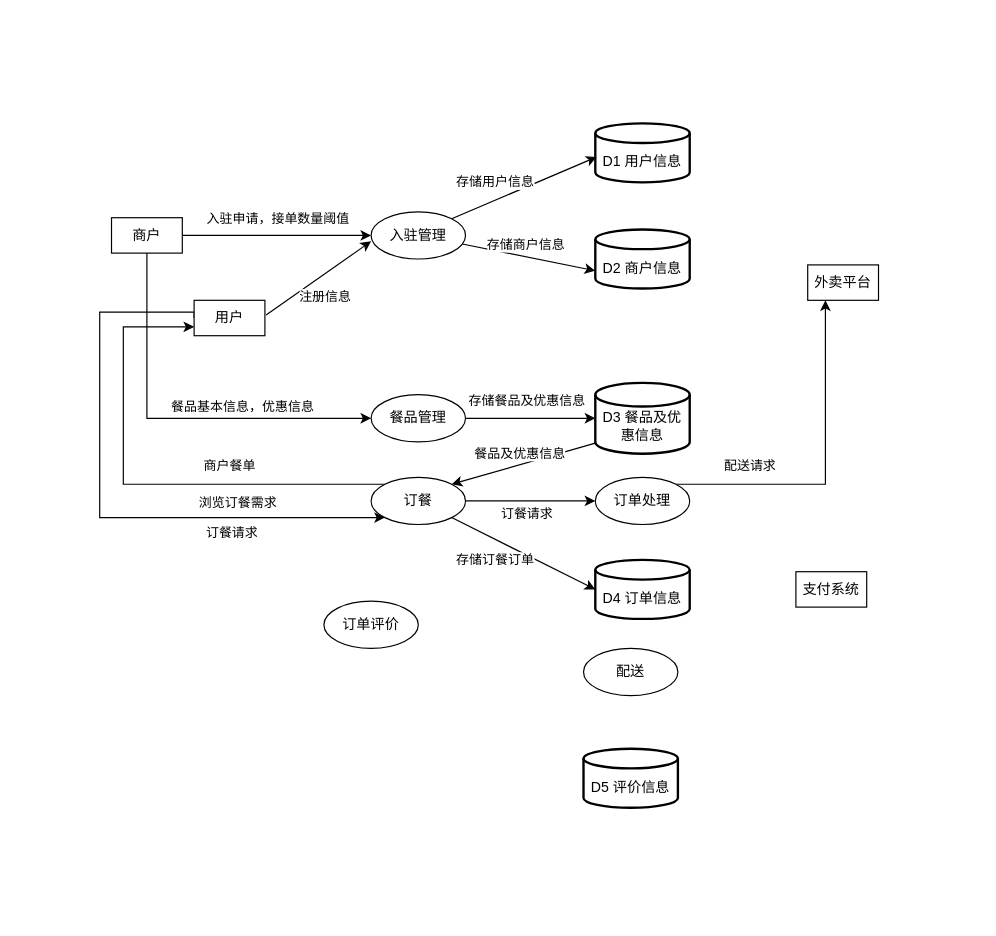
The draw.io diagram 3,4 章 53题 第4小题.drawio in Jackrainman/draw.io, before the edit. Source tidied: cells renumbered, new cells numbered last; positions are measured from the earlier drawing's top-left corner, leaving out a move shared by most shapes. Both pictures are drawn from the tidied source at 118%, with x=0, y=0 at pixel (99, 123).
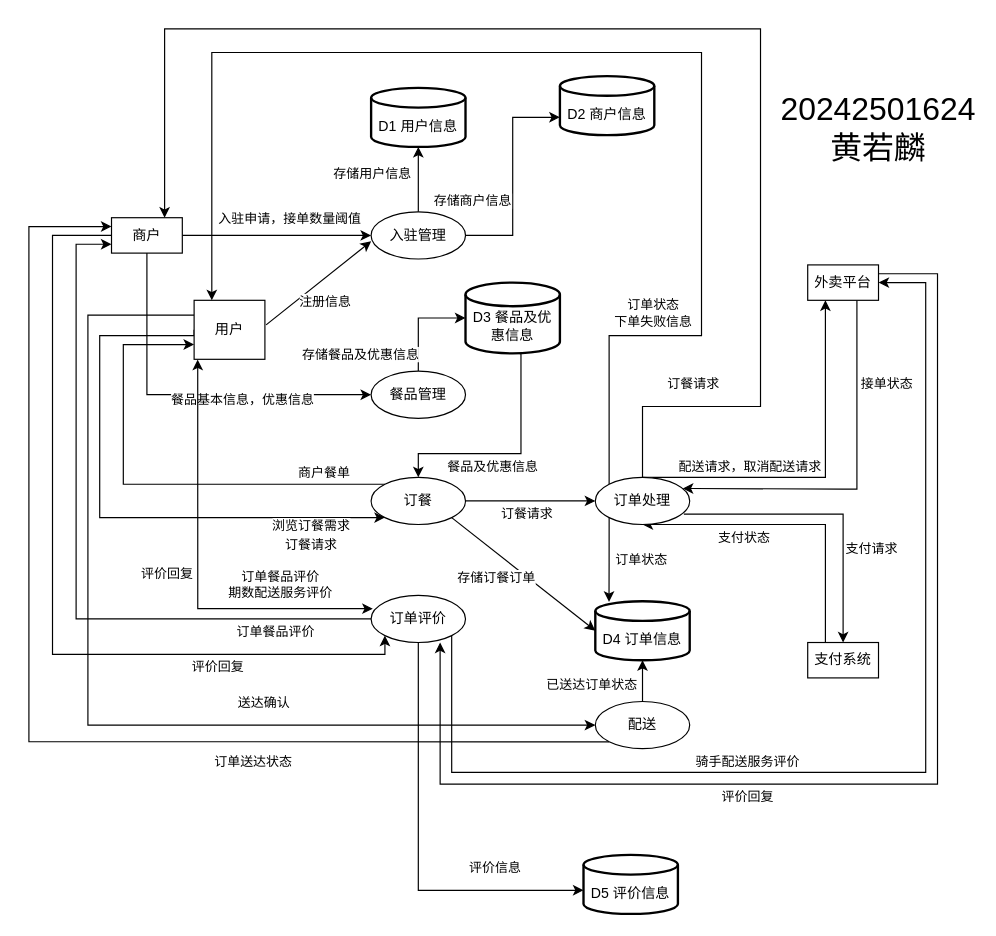
The same page after the edit.

Commit message (it also covers changes not shown here):
更新3,4 章 53题 第4小题.drawio

Unchanged cells that the change refers to:
```xml
<mxCell id="2" style="rounded=0;jettySize=auto;html=1;" parent="1" edge="1" source="6" target="15">
  <mxGeometry relative="1" as="geometry" />
</mxCell>
<mxCell id="6" value="商户" style="rounded=0;whiteSpace=wrap;html=1;" parent="1" vertex="1">
  <mxGeometry x="10" y="80" width="60" height="30" as="geometry" />
</mxCell>
<mxCell id="11" value="外卖平台" style="rounded=0;whiteSpace=wrap;html=1;" parent="1" vertex="1">
  <mxGeometry x="600" y="120" width="60" height="30" as="geometry" />
</mxCell>
<mxCell id="15" value="入驻管理" style="ellipse;whiteSpace=wrap;html=1;" parent="1" vertex="1">
  <mxGeometry x="230" y="75" width="80" height="40" as="geometry" />
</mxCell>
<mxCell id="21" value="订餐" style="ellipse;whiteSpace=wrap;html=1;" parent="1" vertex="1">
  <mxGeometry x="230" y="300" width="80" height="40" as="geometry" />
</mxCell>
<mxCell id="25" value="订单处理" style="ellipse;whiteSpace=wrap;html=1;" parent="1" vertex="1">
  <mxGeometry x="420" y="300" width="80" height="40" as="geometry" />
</mxCell>
```

Change to the diagram source:
```diff
@@
     <mxCell id="3" value="入驻申请，接单数量阈值" style="edgeLabel;html=1;align=center;verticalAlign=middle;" parent="2" vertex="1">
       <mxGeometry x="-0.04" y="-1" relative="1" as="geometry">
-        <mxPoint x="3" y="-16" as="offset" />
+        <mxPoint x="13" y="-16" as="offset" />
       </mxGeometry>
     </mxCell>
@@
+    <mxCell id="42" style="edgeStyle=orthogonalEdgeStyle;rounded=0;jettySize=auto;html=1;exitX=0;exitY=0.5;exitDx=0;exitDy=0;entryX=0;entryY=1;entryDx=0;entryDy=0;" parent="1" edge="1" source="6" target="22">
+      <mxGeometry relative="1" as="geometry">
+        <Array as="points">
+          <mxPoint x="-40" y="95" />
+          <mxPoint x="-40" y="450" />
+          <mxPoint x="242" y="450" />
+        </Array>
+      </mxGeometry>
+    </mxCell>
+    <mxCell id="43" value="评价回复" style="edgeLabel;html=1;align=center;verticalAlign=middle;" parent="42" vertex="1">
+      <mxGeometry x="0.55" relative="1" as="geometry">
+        <mxPoint y="10" as="offset" />
+      </mxGeometry>
+    </mxCell>
@@
     <mxCell id="7" style="edgeStyle=orthogonalEdgeStyle;rounded=0;jettySize=auto;html=1;exitX=0;exitY=0.5;exitDx=0;exitDy=0;entryX=0;entryY=1;entryDx=0;entryDy=0;" parent="1" edge="1" source="10" target="21">
       <mxGeometry relative="1" as="geometry">
         <Array as="points">
-          <mxPoint x="80" y="160" />
-          <mxPoint y="160" />
+          <mxPoint x="80" y="180" />
+          <mxPoint y="180" />
           <mxPoint y="334" />
         </Array>
       </mxGeometry>
     </mxCell>
     <mxCell id="8" value="浏览订餐需求" style="edgeLabel;html=1;align=center;verticalAlign=middle;" parent="7" vertex="1">
       <mxGeometry x="0.67" y="1" relative="1" as="geometry">
-        <mxPoint x="-42" y="-12" as="offset" />
+        <mxPoint x="17" y="7" as="offset" />
       </mxGeometry>
     </mxCell>
     <mxCell id="9" value="订餐请求" style="edgeLabel;html=1;align=center;verticalAlign=middle;" parent="7" vertex="1">
       <mxGeometry x="0.48" y="1" relative="1" as="geometry">
-        <mxPoint y="13" as="offset" />
+        <mxPoint x="62" y="23" as="offset" />
       </mxGeometry>
     </mxCell>
+    <mxCell id="44" style="edgeStyle=orthogonalEdgeStyle;rounded=0;jettySize=auto;html=1;exitX=0;exitY=0.25;exitDx=0;exitDy=0;entryX=0;entryY=0.5;entryDx=0;entryDy=0;" parent="1" edge="1" source="10" target="26">
+      <mxGeometry relative="1" as="geometry">
+        <Array as="points">
+          <mxPoint x="-10" y="163" />
+          <mxPoint x="-10" y="510" />
+        </Array>
+      </mxGeometry>
+    </mxCell>
+    <mxCell id="45" value="送达确认" style="edgeLabel;html=1;align=center;verticalAlign=middle;" parent="44" vertex="1">
+      <mxGeometry x="0.35" y="-2" relative="1" as="geometry">
+        <mxPoint y="-22" as="offset" />
+      </mxGeometry>
+    </mxCell>
+    <mxCell id="46" style="edgeStyle=orthogonalEdgeStyle;rounded=0;jettySize=auto;html=1;entryX=0.018;entryY=0.283;entryDx=0;entryDy=0;entryPerimeter=0;exitX=0.051;exitY=1.005;exitDx=0;exitDy=0;startArrow=classic;startFill=1;exitPerimeter=0;" parent="1" edge="1" source="10" target="22">
+      <mxGeometry relative="1" as="geometry">
+        <Array as="points">
+          <mxPoint x="83" y="411" />
+        </Array>
+      </mxGeometry>
+    </mxCell>
+    <mxCell id="47" value="订单餐品评价&lt;div&gt;期数配送服务评价&lt;/div&gt;" style="edgeLabel;html=1;align=center;verticalAlign=middle;" parent="46" vertex="1">
+      <mxGeometry x="0.56" y="3" relative="1" as="geometry">
+        <mxPoint y="-18" as="offset" />
+      </mxGeometry>
+    </mxCell>
+    <mxCell id="48" value="评价回复" style="edgeLabel;html=1;align=center;verticalAlign=middle;" parent="46" vertex="1">
+      <mxGeometry x="-0.04" y="-2" relative="1" as="geometry">
+        <mxPoint x="-25" y="8" as="offset" />
+      </mxGeometry>
+    </mxCell>
     <mxCell id="10" value="用户" style="rounded=0;whiteSpace=wrap;html=1;" parent="1" vertex="1">
-      <mxGeometry x="80" y="150" width="60" height="30" as="geometry" />
+      <mxGeometry x="80" y="150" width="60" height="50" as="geometry" />
     </mxCell>
+    <mxCell id="49" style="edgeStyle=orthogonalEdgeStyle;rounded=0;jettySize=auto;html=1;exitX=0.5;exitY=1;exitDx=0;exitDy=0;entryX=0.926;entryY=0.236;entryDx=0;entryDy=0;entryPerimeter=0;" parent="1" edge="1" target="25">
+      <mxGeometry relative="1" as="geometry">
+        <mxPoint x="641.7" y="150" as="sourcePoint" />
+        <Array as="points">
+          <mxPoint x="642" y="310" />
+          <mxPoint x="630" y="310" />
+        </Array>
+      </mxGeometry>
+    </mxCell>
+    <mxCell id="50" value="接单状态" style="edgeLabel;html=1;align=center;verticalAlign=middle;" parent="49" vertex="1">
+      <mxGeometry x="-0.72" y="1" relative="1" as="geometry">
+        <mxPoint x="24" y="27" as="offset" />
+      </mxGeometry>
+    </mxCell>
@@
+    <mxCell id="51" style="edgeStyle=orthogonalEdgeStyle;rounded=0;jettySize=auto;html=1;exitX=0.25;exitY=0;exitDx=0;exitDy=0;entryX=0.5;entryY=1;entryDx=0;entryDy=0;" parent="1" edge="1" source="12" target="25">
+      <mxGeometry relative="1" as="geometry">
+        <Array as="points">
+          <mxPoint x="615" y="340" />
+        </Array>
+      </mxGeometry>
+    </mxCell>
+    <mxCell id="52" value="支付状态" style="edgeLabel;html=1;align=center;verticalAlign=middle;" parent="51" vertex="1">
+      <mxGeometry x="0.33" relative="1" as="geometry">
+        <mxPoint y="10" as="offset" />
+      </mxGeometry>
+    </mxCell>
     <mxCell id="12" value="支付系统" style="rounded=0;whiteSpace=wrap;html=1;" parent="1" vertex="1">
-      <mxGeometry x="590" y="380" width="60" height="30" as="geometry" />
+      <mxGeometry x="600" y="440" width="60" height="30" as="geometry" />
     </mxCell>
-    <mxCell id="13" style="rounded=0;jettySize=auto;html=1;entryX=-0.001;entryY=0.698;entryDx=0;entryDy=0;entryPerimeter=0;" parent="1" edge="1" source="15" target="28">
+    <mxCell id="13" style="rounded=0;jettySize=auto;html=1;entryX=-0.001;entryY=0.698;entryDx=0;entryDy=0;entryPerimeter=0;edgeStyle=orthogonalEdgeStyle;" parent="1" edge="1" source="15" target="28">
       <mxGeometry relative="1" as="geometry" />
     </mxCell>
     <mxCell id="14" value="存储商户信息" style="edgeLabel;html=1;align=center;verticalAlign=middle;" parent="13" vertex="1">
       <mxGeometry x="-0.04" y="-1" relative="1" as="geometry">
-        <mxPoint y="-12" as="offset" />
+        <mxPoint x="-36" y="16" as="offset" />
       </mxGeometry>
     </mxCell>
@@
     <mxCell id="16" value="餐品管理" style="ellipse;whiteSpace=wrap;html=1;" parent="1" vertex="1">
-      <mxGeometry x="230" y="230" width="80" height="40" as="geometry" />
+      <mxGeometry x="230" y="210" width="80" height="40" as="geometry" />
     </mxCell>
     <mxCell id="17" style="edgeStyle=orthogonalEdgeStyle;rounded=0;jettySize=auto;html=1;exitX=0;exitY=0;exitDx=0;exitDy=0;entryX=0;entryY=0.75;entryDx=0;entryDy=0;" parent="1" edge="1" source="21" target="10">
       <mxGeometry relative="1" as="geometry">
         <Array as="points">
           <mxPoint x="20" y="306" />
-          <mxPoint x="20" y="173" />
+          <mxPoint x="20" y="188" />
+          <mxPoint x="80" y="188" />
         </Array>
       </mxGeometry>
     </mxCell>
     <mxCell id="18" value="商户餐单" style="edgeLabel;html=1;align=center;verticalAlign=middle;" parent="17" vertex="1">
       <mxGeometry x="-0.29" relative="1" as="geometry">
-        <mxPoint x="15" y="-16" as="offset" />
+        <mxPoint x="90" y="-10" as="offset" />
       </mxGeometry>
     </mxCell>
@@
+    <mxCell id="53" style="edgeStyle=orthogonalEdgeStyle;rounded=0;jettySize=auto;html=1;exitX=0;exitY=0.5;exitDx=0;exitDy=0;entryX=0;entryY=0.75;entryDx=0;entryDy=0;" parent="1" edge="1" source="22" target="6">
+      <mxGeometry relative="1" as="geometry">
+        <Array as="points">
+          <mxPoint x="-20" y="420" />
+          <mxPoint x="-20" y="103" />
+        </Array>
+      </mxGeometry>
+    </mxCell>
+    <mxCell id="54" value="订单餐品评价" style="edgeLabel;html=1;align=center;verticalAlign=middle;" parent="53" vertex="1">
+      <mxGeometry x="-0.69" y="1" relative="1" as="geometry">
+        <mxPoint x="11" y="9" as="offset" />
+      </mxGeometry>
+    </mxCell>
+    <mxCell id="55" style="edgeStyle=orthogonalEdgeStyle;rounded=0;jettySize=auto;html=1;exitX=1;exitY=1;exitDx=0;exitDy=0;entryX=1;entryY=0.5;entryDx=0;entryDy=0;" parent="1" edge="1" source="22" target="11">
+      <mxGeometry relative="1" as="geometry">
+        <Array as="points">
+          <mxPoint x="298" y="550" />
+          <mxPoint x="700" y="550" />
+          <mxPoint x="700" y="135" />
+        </Array>
+      </mxGeometry>
+    </mxCell>
+    <mxCell id="56" value="骑手配送服务评价" style="edgeLabel;html=1;align=center;verticalAlign=middle;" parent="55" vertex="1">
+      <mxGeometry x="-0.29" y="-2" relative="1" as="geometry">
+        <mxPoint x="21" y="-12" as="offset" />
+      </mxGeometry>
+    </mxCell>
     <mxCell id="22" value="订单评价" style="ellipse;whiteSpace=wrap;html=1;" parent="1" vertex="1">
-      <mxGeometry x="190" y="405" width="80" height="40" as="geometry" />
+      <mxGeometry x="230" y="400" width="80" height="40" as="geometry" />
     </mxCell>
-    <mxCell id="23" style="edgeStyle=orthogonalEdgeStyle;rounded=0;jettySize=auto;html=1;exitX=1;exitY=0;exitDx=0;exitDy=0;entryX=0.25;entryY=1;entryDx=0;entryDy=0;" parent="1" edge="1" source="25" target="11">
-      <mxGeometry relative="1" as="geometry" />
+    <mxCell id="23" style="edgeStyle=orthogonalEdgeStyle;rounded=0;jettySize=auto;html=1;exitX=0.5;exitY=0;exitDx=0;exitDy=0;entryX=0.25;entryY=1;entryDx=0;entryDy=0;" parent="1" edge="1" source="25" target="11">
+      <mxGeometry relative="1" as="geometry">
+        <Array as="points">
+          <mxPoint x="615" y="300" />
+        </Array>
+      </mxGeometry>
     </mxCell>
-    <mxCell id="24" value="配送请求" style="edgeLabel;html=1;align=center;verticalAlign=middle;" parent="23" vertex="1">
-      <mxGeometry x="-0.62" relative="1" as="geometry">
-        <mxPoint x="8" y="-16" as="offset" />
-      </mxGeometry>
-    </mxCell>
+    <mxCell id="57" value="配送请求，取消配送请求" style="edgeLabel;html=1;align=center;verticalAlign=middle;" parent="23" vertex="1">
+      <mxGeometry x="-0.61" y="1" relative="1" as="geometry">
+        <mxPoint x="31" y="-9" as="offset" />
+      </mxGeometry>
+    </mxCell>
+    <mxCell id="58" style="edgeStyle=orthogonalEdgeStyle;rounded=0;jettySize=auto;html=1;exitX=0.938;exitY=0.781;exitDx=0;exitDy=0;entryX=0.5;entryY=0;entryDx=0;entryDy=0;exitPerimeter=0;" parent="1" edge="1" source="25" target="12">
+      <mxGeometry relative="1" as="geometry" />
+    </mxCell>
+    <mxCell id="59" value="支付请求" style="edgeLabel;html=1;align=center;verticalAlign=middle;" parent="58" vertex="1">
+      <mxGeometry x="-0.72" y="1" relative="1" as="geometry">
+        <mxPoint x="124" y="30" as="offset" />
+      </mxGeometry>
+    </mxCell>
+    <mxCell id="60" style="edgeStyle=orthogonalEdgeStyle;rounded=0;jettySize=auto;html=1;exitX=0.5;exitY=0;exitDx=0;exitDy=0;entryX=0.75;entryY=0;entryDx=0;entryDy=0;" parent="1" edge="1" source="25" target="6">
+      <mxGeometry relative="1" as="geometry">
+        <Array as="points">
+          <mxPoint x="460" y="240" />
+          <mxPoint x="560" y="240" />
+          <mxPoint x="560" y="-80" />
+          <mxPoint x="55" y="-80" />
+        </Array>
+      </mxGeometry>
+    </mxCell>
+    <mxCell id="61" value="订餐请求" style="edgeLabel;html=1;align=center;verticalAlign=middle;" parent="60" vertex="1">
+      <mxGeometry x="-0.84" y="1" relative="1" as="geometry">
+        <mxPoint x="10" y="-19" as="offset" />
+      </mxGeometry>
+    </mxCell>
+    <mxCell id="62" style="edgeStyle=orthogonalEdgeStyle;rounded=0;jettySize=auto;html=1;exitX=0;exitY=0;exitDx=0;exitDy=0;entryX=0.25;entryY=0;entryDx=0;entryDy=0;" parent="1" edge="1" source="25" target="10">
+      <mxGeometry relative="1" as="geometry">
+        <Array as="points">
+          <mxPoint x="432" y="180" />
+          <mxPoint x="510" y="180" />
+          <mxPoint x="510" y="-60" />
+          <mxPoint x="95" y="-60" />
+        </Array>
+      </mxGeometry>
+    </mxCell>
+    <mxCell id="63" value="订单状态&lt;div&gt;下单失败信息&lt;/div&gt;" style="edgeLabel;html=1;align=center;verticalAlign=middle;" parent="62" vertex="1">
+      <mxGeometry x="-0.73" y="3" relative="1" as="geometry">
+        <mxPoint x="19" y="-17" as="offset" />
+      </mxGeometry>
+    </mxCell>
@@
+    <mxCell id="64" style="edgeStyle=orthogonalEdgeStyle;rounded=0;jettySize=auto;html=1;" parent="1" edge="1" source="26" target="30">
+      <mxGeometry relative="1" as="geometry" />
+    </mxCell>
+    <mxCell id="65" value="已送达订单状态" style="edgeLabel;html=1;align=center;verticalAlign=middle;" parent="64" vertex="1">
+      <mxGeometry x="-0.3" y="-2" relative="1" as="geometry">
+        <mxPoint x="-46" y="1" as="offset" />
+      </mxGeometry>
+    </mxCell>
+    <mxCell id="66" style="edgeStyle=orthogonalEdgeStyle;rounded=0;jettySize=auto;html=1;exitX=0;exitY=1;exitDx=0;exitDy=0;entryX=0;entryY=0.25;entryDx=0;entryDy=0;" parent="1" edge="1" source="26" target="6">
+      <mxGeometry relative="1" as="geometry">
+        <Array as="points">
+          <mxPoint x="-60" y="524" />
+          <mxPoint x="-60" y="87" />
+        </Array>
+      </mxGeometry>
+    </mxCell>
+    <mxCell id="67" value="订单送达状态" style="edgeLabel;html=1;align=center;verticalAlign=middle;" parent="66" vertex="1">
+      <mxGeometry x="-0.57" y="1" relative="1" as="geometry">
+        <mxPoint x="-87" y="15" as="offset" />
+      </mxGeometry>
+    </mxCell>
     <mxCell id="26" value="配送" style="ellipse;whiteSpace=wrap;html=1;" parent="1" vertex="1">
-      <mxGeometry x="410" y="445" width="80" height="40" as="geometry" />
+      <mxGeometry x="420" y="490" width="80" height="40" as="geometry" />
     </mxCell>
     <mxCell id="27" value="&lt;div&gt;&lt;br&gt;&lt;/div&gt;D1 用户信息" style="strokeWidth=2;html=1;shape=mxgraph.flowchart.database;whiteSpace=wrap;" parent="1" vertex="1">
-      <mxGeometry x="420" width="80" height="50" as="geometry" />
+      <mxGeometry x="230" y="-30" width="80" height="50" as="geometry" />
     </mxCell>
     <mxCell id="28" value="&lt;div&gt;&lt;br&gt;&lt;/div&gt;D2&lt;span style=&quot;background-color: transparent; color: light-dark(rgb(0, 0, 0), rgb(255, 255, 255));&quot;&gt;&amp;nbsp;商户信息&lt;/span&gt;" style="strokeWidth=2;html=1;shape=mxgraph.flowchart.database;whiteSpace=wrap;" parent="1" vertex="1">
-      <mxGeometry x="420" y="90" width="80" height="50" as="geometry" />
+      <mxGeometry x="390" y="-40" width="80" height="50" as="geometry" />
     </mxCell>
     <mxCell id="29" value="&lt;div&gt;&lt;br&gt;&lt;/div&gt;D3 餐品及优惠信息" style="strokeWidth=2;html=1;shape=mxgraph.flowchart.database;whiteSpace=wrap;" parent="1" vertex="1">
-      <mxGeometry x="420" y="220" width="80" height="60" as="geometry" />
+      <mxGeometry x="310" y="135" width="80" height="60" as="geometry" />
     </mxCell>
     <mxCell id="30" value="&lt;div&gt;&lt;br&gt;&lt;/div&gt;D4&lt;span style=&quot;background-color: transparent; color: light-dark(rgb(0, 0, 0), rgb(255, 255, 255));&quot;&gt;&amp;nbsp;订单信息&lt;/span&gt;" style="strokeWidth=2;html=1;shape=mxgraph.flowchart.database;whiteSpace=wrap;" parent="1" vertex="1">
-      <mxGeometry x="420" y="370" width="80" height="50" as="geometry" />
+      <mxGeometry x="420" y="405" width="80" height="50" as="geometry" />
     </mxCell>
     <mxCell id="31" value="&lt;div&gt;&lt;br&gt;&lt;/div&gt;D5 评价信息" style="strokeWidth=2;html=1;shape=mxgraph.flowchart.database;whiteSpace=wrap;" parent="1" vertex="1">
-      <mxGeometry x="410" y="530" width="80" height="50" as="geometry" />
+      <mxGeometry x="410" y="620" width="80" height="50" as="geometry" />
     </mxCell>
@@
-    <mxCell id="34" style="endArrow=classic;html=1;rounded=0;entryX=0.015;entryY=0.57;entryDx=0;entryDy=0;entryPerimeter=0;exitX=1;exitY=0;exitDx=0;exitDy=0;" parent="1" edge="1" source="15" target="27">
+    <mxCell id="34" style="endArrow=classic;html=1;rounded=0;entryX=0.5;entryY=1;entryDx=0;entryDy=0;entryPerimeter=0;" parent="1" edge="1" source="15" target="27">
       <mxGeometry relative="1" as="geometry" />
     </mxCell>
@@
-    <mxCell id="36" style="rounded=0;jettySize=auto;html=1;exitX=1;exitY=0.5;exitDx=0;exitDy=0;entryX=0;entryY=0.5;entryDx=0;entryDy=0;entryPerimeter=0;" parent="1" edge="1" source="16" target="29">
+    <mxCell id="36" style="rounded=0;jettySize=auto;html=1;exitX=0.5;exitY=0;exitDx=0;exitDy=0;entryX=0;entryY=0.5;entryDx=0;entryDy=0;entryPerimeter=0;edgeStyle=orthogonalEdgeStyle;" parent="1" edge="1" source="16" target="29">
       <mxGeometry relative="1" as="geometry" />
     </mxCell>
     <mxCell id="37" value="存储餐品及优惠信息" style="edgeLabel;html=1;align=center;verticalAlign=middle;" parent="36" vertex="1">
       <mxGeometry x="-0.15" relative="1" as="geometry">
-        <mxPoint x="4" y="-16" as="offset" />
+        <mxPoint x="-50" y="21" as="offset" />
       </mxGeometry>
     </mxCell>
-    <mxCell id="38" style="rounded=0;jettySize=auto;html=1;exitX=1;exitY=0;exitDx=0;exitDy=0;entryX=0;entryY=0.85;entryDx=0;entryDy=0;entryPerimeter=0;startArrow=classic;startFill=1;endArrow=none;endFill=0;" parent="1" edge="1" source="21" target="29">
-      <mxGeometry relative="1" as="geometry" />
-    </mxCell>
-    <mxCell id="39" value="餐品及优惠信息" style="edgeLabel;html=1;align=center;verticalAlign=middle;" parent="38" vertex="1">
-      <mxGeometry x="-0.06" y="1" relative="1" as="geometry">
-        <mxPoint y="-9" as="offset" />
-      </mxGeometry>
-    </mxCell>
@@
+    <mxCell id="68" style="edgeStyle=orthogonalEdgeStyle;rounded=0;jettySize=auto;html=1;exitX=0;exitY=1;exitDx=0;exitDy=0;entryX=0.145;entryY=0.012;entryDx=0;entryDy=0;entryPerimeter=0;" parent="1" edge="1" source="25" target="30">
+      <mxGeometry relative="1" as="geometry" />
+    </mxCell>
+    <mxCell id="69" value="订单状态" style="edgeLabel;html=1;align=center;verticalAlign=middle;" parent="68" vertex="1">
+      <mxGeometry x="-0.21" y="1" relative="1" as="geometry">
+        <mxPoint x="26" y="7" as="offset" />
+      </mxGeometry>
+    </mxCell>
+    <mxCell id="70" style="endArrow=classic;html=1;rounded=0;entryX=0.5;entryY=0;entryDx=0;entryDy=0;edgeStyle=orthogonalEdgeStyle;exitX=0.574;exitY=1.005;exitDx=0;exitDy=0;exitPerimeter=0;" parent="1" edge="1" source="29" target="21">
+      <mxGeometry relative="1" as="geometry">
+        <Array as="points">
+          <mxPoint x="357" y="195" />
+          <mxPoint x="357" y="280" />
+          <mxPoint x="270" y="280" />
+        </Array>
+      </mxGeometry>
+    </mxCell>
+    <mxCell id="39" value="餐品及优惠信息" style="edgeLabel;html=1;align=center;verticalAlign=middle;" parent="70" vertex="1">
+      <mxGeometry x="0.42" relative="1" as="geometry">
+        <mxPoint x="27" y="10" as="offset" />
+      </mxGeometry>
+    </mxCell>
+    <mxCell id="71" style="edgeStyle=orthogonalEdgeStyle;rounded=0;jettySize=auto;html=1;exitX=1;exitY=0.25;exitDx=0;exitDy=0;entryX=0.731;entryY=1;entryDx=0;entryDy=0;entryPerimeter=0;" parent="1" edge="1" source="11" target="22">
+      <mxGeometry relative="1" as="geometry">
+        <Array as="points">
+          <mxPoint x="710" y="128" />
+          <mxPoint x="710" y="560" />
+          <mxPoint x="289" y="560" />
+        </Array>
+      </mxGeometry>
+    </mxCell>
+    <mxCell id="72" value="评价回复" style="edgeLabel;html=1;align=center;verticalAlign=middle;" parent="71" vertex="1">
+      <mxGeometry x="0.35" y="-1" relative="1" as="geometry">
+        <mxPoint x="47" y="11" as="offset" />
+      </mxGeometry>
+    </mxCell>
+    <mxCell id="73" style="edgeStyle=orthogonalEdgeStyle;rounded=0;jettySize=auto;html=1;exitX=0.5;exitY=1;exitDx=0;exitDy=0;entryX=0;entryY=0.6;entryDx=0;entryDy=0;entryPerimeter=0;" parent="1" edge="1" source="22" target="31">
+      <mxGeometry relative="1" as="geometry" />
+    </mxCell>
+    <mxCell id="74" value="评价信息" style="edgeLabel;html=1;align=center;verticalAlign=middle;" parent="73" vertex="1">
+      <mxGeometry x="0.39" y="2" relative="1" as="geometry">
+        <mxPoint x="31" y="-18" as="offset" />
+      </mxGeometry>
+    </mxCell>
+    <mxCell id="75" value="20242501624&lt;div&gt;黄若麟&lt;/div&gt;" style="text;html=1;whiteSpace=wrap;strokeColor=none;fillColor=none;align=center;verticalAlign=middle;rounded=0;fontSize=27;" parent="1" vertex="1">
+      <mxGeometry x="630" y="-10" width="60" height="30" as="geometry" />
+    </mxCell>
```
